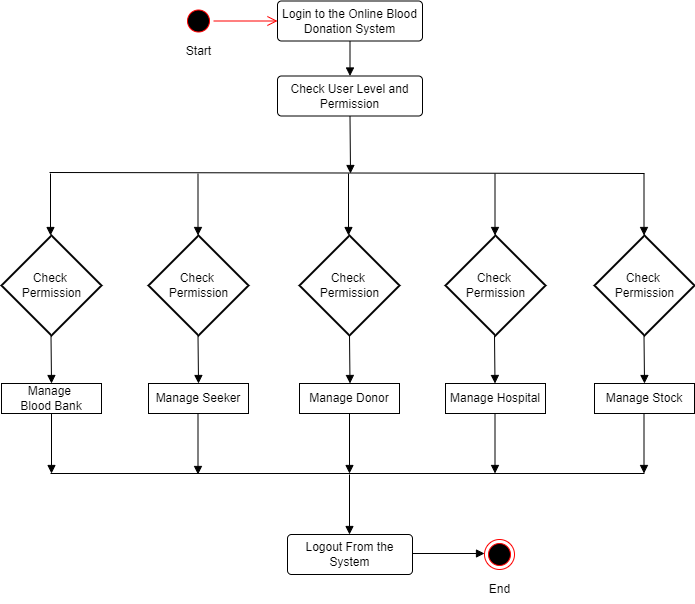
The draw.io diagram Activity.drawio.png in brijeshlimbani11/brijeshlimbani11.github.io, before a commit. Source tidied: cells renumbered, new cells last; positions are measured from the earlier drawing's top-left corner, leaving out a move shared by most shapes. Its diagram source:
```xml
<mxGraphModel>
  <root>
    <mxCell id="0" />
    <mxCell id="1" parent="0" />
    <mxCell id="2" style="strokeWidth=2;html=1;shape=mxgraph.flowchart.decision;whiteSpace=wrap;" parent="1" vertex="1">
      <mxGeometry x="298" y="234" width="100" height="100" as="geometry" />
    </mxCell>
    <mxCell id="3" style="strokeWidth=2;html=1;shape=mxgraph.flowchart.decision;whiteSpace=wrap;" parent="1" vertex="1">
      <mxGeometry x="147" y="234" width="100" height="100" as="geometry" />
    </mxCell>
    <mxCell id="4" style="strokeWidth=2;html=1;shape=mxgraph.flowchart.decision;whiteSpace=wrap;" parent="1" vertex="1">
      <mxGeometry y="234" width="100" height="100" as="geometry" />
    </mxCell>
    <mxCell id="5" style="strokeWidth=2;html=1;shape=mxgraph.flowchart.decision;whiteSpace=wrap;" parent="1" vertex="1">
      <mxGeometry x="444" y="234" width="100" height="100" as="geometry" />
    </mxCell>
    <mxCell id="6" style="ellipse;html=1;shape=startState;fillColor=#000000;strokeColor=#ff0000;" parent="1" vertex="1">
      <mxGeometry x="182" y="4.5" width="30" height="30" as="geometry" />
    </mxCell>
    <mxCell id="7" style="edgeStyle=orthogonalEdgeStyle;html=1;verticalAlign=bottom;endArrow=open;endSize=8;strokeColor=#ff0000;rounded=0;entryX=0;entryY=0.5;entryDx=0;entryDy=0;" parent="1" edge="1" source="6" target="8">
      <mxGeometry relative="1" as="geometry" />
    </mxCell>
    <mxCell id="8" value="Login to the Online Blood Donation System&lt;div style=&quot;display:none&quot; id=&quot;SDCloudData&quot;&gt;&lt;/div&gt;" style="rounded=1;arcSize=10;whiteSpace=wrap;html=1;align=center;" parent="1" vertex="1">
      <mxGeometry x="276" y="-0.5" width="145" height="40" as="geometry" />
    </mxCell>
    <mxCell id="9" style="strokeWidth=2;html=1;shape=mxgraph.flowchart.decision;whiteSpace=wrap;" parent="1" vertex="1">
      <mxGeometry x="593" y="234" width="100" height="100" as="geometry" />
    </mxCell>
    <mxCell id="10" value="Check User Level and&lt;br/&gt;Permission&lt;div style=&quot;display:none&quot; id=&quot;SDCloudData&quot;&gt;&lt;/div&gt;" style="rounded=1;arcSize=10;whiteSpace=wrap;html=1;align=center;" parent="1" vertex="1">
      <mxGeometry x="276" y="74.5" width="145" height="40" as="geometry" />
    </mxCell>
    <mxCell id="11" style="endArrow=none;html=1;rounded=0;" parent="1" edge="1">
      <mxGeometry relative="1" as="geometry">
        <mxPoint x="48" y="171" as="sourcePoint" />
        <mxPoint x="643" y="172" as="targetPoint" />
      </mxGeometry>
    </mxCell>
    <mxCell id="12" style="html=1;verticalAlign=bottom;endArrow=block;curved=0;rounded=0;entryX=0.5;entryY=0;entryDx=0;entryDy=0;entryPerimeter=0;" parent="1" edge="1">
      <mxGeometry relative="1" as="geometry">
        <mxPoint x="49" y="172" as="sourcePoint" />
        <mxPoint x="49" y="234" as="targetPoint" />
      </mxGeometry>
    </mxCell>
    <mxCell id="13" style="html=1;verticalAlign=bottom;endArrow=block;curved=0;rounded=0;exitX=0.5;exitY=1;exitDx=0;exitDy=0;entryX=0.5;entryY=0;entryDx=0;entryDy=0;" parent="1" edge="1" source="8" target="10">
      <mxGeometry x="1" y="61" relative="1" as="geometry">
        <mxPoint x="10" y="1" as="offset" />
      </mxGeometry>
    </mxCell>
    <mxCell id="14" style="html=1;verticalAlign=bottom;endArrow=block;curved=0;rounded=0;exitX=0.5;exitY=1;exitDx=0;exitDy=0;" parent="1" edge="1" source="10">
      <mxGeometry relative="1" as="geometry">
        <mxPoint x="349" y="172" as="targetPoint" />
      </mxGeometry>
    </mxCell>
    <mxCell id="15" value="Start" style="text;html=1;align=center;verticalAlign=middle;strokeColor=none;fillColor=none;" parent="1" vertex="1">
      <mxGeometry x="172" y="34.5" width="50" height="30" as="geometry" />
    </mxCell>
    <mxCell id="16" value="Check&amp;nbsp;&lt;div&gt;Permission&lt;/div&gt;" style="text;html=1;align=center;verticalAlign=middle;strokeColor=none;fillColor=none;" parent="1" vertex="1">
      <mxGeometry x="308" y="264" width="80" height="40" as="geometry" />
    </mxCell>
    <mxCell id="17" value="Check&amp;nbsp;&lt;div&gt;Permission&lt;/div&gt;" style="text;html=1;align=center;verticalAlign=middle;strokeColor=none;fillColor=none;" parent="1" vertex="1">
      <mxGeometry x="157" y="264" width="80" height="40" as="geometry" />
    </mxCell>
    <mxCell id="18" value="Check&amp;nbsp;&lt;div&gt;Permission&lt;/div&gt;" style="text;html=1;align=center;verticalAlign=middle;strokeColor=none;fillColor=none;" parent="1" vertex="1">
      <mxGeometry x="10" y="264" width="80" height="40" as="geometry" />
    </mxCell>
    <mxCell id="19" value="Check&amp;nbsp;&lt;div&gt;Permission&lt;/div&gt;" style="text;html=1;align=center;verticalAlign=middle;strokeColor=none;fillColor=none;" parent="1" vertex="1">
      <mxGeometry x="454" y="264" width="80" height="40" as="geometry" />
    </mxCell>
    <mxCell id="20" value="Check&amp;nbsp;&lt;div&gt;Permission&lt;/div&gt;" style="text;html=1;align=center;verticalAlign=middle;strokeColor=none;fillColor=none;" parent="1" vertex="1">
      <mxGeometry x="603" y="264" width="80" height="40" as="geometry" />
    </mxCell>
    <mxCell id="21" style="html=1;verticalAlign=bottom;endArrow=block;curved=0;rounded=0;entryX=0.5;entryY=0;entryDx=0;entryDy=0;entryPerimeter=0;" parent="1" edge="1">
      <mxGeometry relative="1" as="geometry">
        <mxPoint x="196.5" y="172" as="sourcePoint" />
        <mxPoint x="196.5" y="234" as="targetPoint" />
      </mxGeometry>
    </mxCell>
    <mxCell id="22" style="html=1;verticalAlign=bottom;endArrow=block;curved=0;rounded=0;entryX=0.5;entryY=0;entryDx=0;entryDy=0;entryPerimeter=0;" parent="1" edge="1">
      <mxGeometry relative="1" as="geometry">
        <mxPoint x="347" y="172" as="sourcePoint" />
        <mxPoint x="347" y="234" as="targetPoint" />
      </mxGeometry>
    </mxCell>
    <mxCell id="23" style="html=1;verticalAlign=bottom;endArrow=block;curved=0;rounded=0;entryX=0.5;entryY=0;entryDx=0;entryDy=0;entryPerimeter=0;" parent="1" edge="1">
      <mxGeometry relative="1" as="geometry">
        <mxPoint x="493.5" y="172" as="sourcePoint" />
        <mxPoint x="493.5" y="234" as="targetPoint" />
      </mxGeometry>
    </mxCell>
    <mxCell id="24" style="html=1;verticalAlign=bottom;endArrow=block;curved=0;rounded=0;entryX=0.5;entryY=0;entryDx=0;entryDy=0;entryPerimeter=0;" parent="1" edge="1">
      <mxGeometry relative="1" as="geometry">
        <mxPoint x="642.5" y="172" as="sourcePoint" />
        <mxPoint x="642.5" y="234" as="targetPoint" />
      </mxGeometry>
    </mxCell>
    <mxCell id="25" style="html=1;verticalAlign=bottom;endArrow=block;curved=0;rounded=0;" parent="1" edge="1">
      <mxGeometry relative="1" as="geometry">
        <mxPoint x="49.5" y="334" as="sourcePoint" />
        <mxPoint x="50" y="382" as="targetPoint" />
      </mxGeometry>
    </mxCell>
    <mxCell id="26" style="html=1;verticalAlign=bottom;endArrow=block;curved=0;rounded=0;" parent="1" edge="1">
      <mxGeometry relative="1" as="geometry">
        <mxPoint x="196.5" y="334" as="sourcePoint" />
        <mxPoint x="197" y="382" as="targetPoint" />
      </mxGeometry>
    </mxCell>
    <mxCell id="27" style="html=1;verticalAlign=bottom;endArrow=block;curved=0;rounded=0;" parent="1" edge="1">
      <mxGeometry relative="1" as="geometry">
        <mxPoint x="348" y="334" as="sourcePoint" />
        <mxPoint x="348.5" y="382" as="targetPoint" />
      </mxGeometry>
    </mxCell>
    <mxCell id="28" style="html=1;verticalAlign=bottom;endArrow=block;curved=0;rounded=0;" parent="1" edge="1">
      <mxGeometry relative="1" as="geometry">
        <mxPoint x="493" y="334" as="sourcePoint" />
        <mxPoint x="493.5" y="382" as="targetPoint" />
      </mxGeometry>
    </mxCell>
    <mxCell id="29" style="html=1;verticalAlign=bottom;endArrow=block;curved=0;rounded=0;" parent="1" edge="1">
      <mxGeometry relative="1" as="geometry">
        <mxPoint x="642.5" y="334" as="sourcePoint" />
        <mxPoint x="643" y="382" as="targetPoint" />
      </mxGeometry>
    </mxCell>
    <mxCell id="30" value="Manage&amp;nbsp;&lt;div&gt;Blood Bank&lt;/div&gt;" style="whiteSpace=wrap;html=1;align=center;" parent="1" vertex="1">
      <mxGeometry y="382" width="100" height="30" as="geometry" />
    </mxCell>
    <mxCell id="31" style="edgeStyle=orthogonalEdgeStyle;rounded=0;orthogonalLoop=1;jettySize=auto;html=1;exitX=0.5;exitY=1;exitDx=0;exitDy=0;" parent="1" edge="1" source="30" target="30">
      <mxGeometry relative="1" as="geometry" />
    </mxCell>
    <mxCell id="32" value="Manage Seeker" style="whiteSpace=wrap;html=1;align=center;" parent="1" vertex="1">
      <mxGeometry x="147" y="382" width="100" height="30" as="geometry" />
    </mxCell>
    <mxCell id="33" value="Manage Hospital" style="whiteSpace=wrap;html=1;align=center;" parent="1" vertex="1">
      <mxGeometry x="444" y="382" width="100" height="30" as="geometry" />
    </mxCell>
    <mxCell id="34" value="Manage Donor" style="whiteSpace=wrap;html=1;align=center;" parent="1" vertex="1">
      <mxGeometry x="298" y="382" width="100" height="30" as="geometry" />
    </mxCell>
    <mxCell id="35" value="Manage Stock" style="whiteSpace=wrap;html=1;align=center;" parent="1" vertex="1">
      <mxGeometry x="593" y="382" width="100" height="30" as="geometry" />
    </mxCell>
    <mxCell id="36" style="line;strokeWidth=1;dashed=0;labelPosition=right;align=left;verticalAlign=middle;spacingTop=0;spacingLeft=6;" parent="1" vertex="1">
      <mxGeometry x="49" y="467" width="594" height="10" as="geometry" />
    </mxCell>
    <mxCell id="37" style="html=1;verticalAlign=bottom;endArrow=block;curved=0;rounded=0;exitX=0.5;exitY=1;exitDx=0;exitDy=0;" parent="1" edge="1" source="30">
      <mxGeometry relative="1" as="geometry">
        <mxPoint x="50" y="472" as="targetPoint" />
      </mxGeometry>
    </mxCell>
    <mxCell id="38" style="html=1;verticalAlign=bottom;endArrow=block;curved=0;rounded=0;exitX=0.5;exitY=1;exitDx=0;exitDy=0;" parent="1" edge="1">
      <mxGeometry relative="1" as="geometry">
        <mxPoint x="196.5" y="413" as="sourcePoint" />
        <mxPoint x="196.5" y="473" as="targetPoint" />
      </mxGeometry>
    </mxCell>
    <mxCell id="39" style="html=1;verticalAlign=bottom;endArrow=block;curved=0;rounded=0;exitX=0.5;exitY=1;exitDx=0;exitDy=0;" parent="1" edge="1">
      <mxGeometry relative="1" as="geometry">
        <mxPoint x="348" y="412" as="sourcePoint" />
        <mxPoint x="348" y="472" as="targetPoint" />
      </mxGeometry>
    </mxCell>
    <mxCell id="40" style="html=1;verticalAlign=bottom;endArrow=block;curved=0;rounded=0;exitX=0.5;exitY=1;exitDx=0;exitDy=0;" parent="1" edge="1">
      <mxGeometry relative="1" as="geometry">
        <mxPoint x="493.5" y="412" as="sourcePoint" />
        <mxPoint x="493.5" y="472" as="targetPoint" />
      </mxGeometry>
    </mxCell>
    <mxCell id="41" style="html=1;verticalAlign=bottom;endArrow=block;curved=0;rounded=0;exitX=0.5;exitY=1;exitDx=0;exitDy=0;" parent="1" edge="1">
      <mxGeometry relative="1" as="geometry">
        <mxPoint x="642.5" y="412" as="sourcePoint" />
        <mxPoint x="642.5" y="472" as="targetPoint" />
      </mxGeometry>
    </mxCell>
    <mxCell id="42" value="Logout From the&lt;div&gt;System&lt;/div&gt;" style="rounded=1;arcSize=10;whiteSpace=wrap;html=1;align=center;" parent="1" vertex="1">
      <mxGeometry x="286" y="533" width="125" height="40" as="geometry" />
    </mxCell>
    <mxCell id="43" style="html=1;verticalAlign=bottom;endArrow=block;curved=0;rounded=0;exitX=0.5;exitY=1;exitDx=0;exitDy=0;" parent="1" edge="1">
      <mxGeometry relative="1" as="geometry">
        <mxPoint x="348" y="473" as="sourcePoint" />
        <mxPoint x="348" y="533" as="targetPoint" />
      </mxGeometry>
    </mxCell>
    <mxCell id="44" style="ellipse;html=1;shape=endState;fillColor=#000000;strokeColor=#ff0000;" parent="1" vertex="1">
      <mxGeometry x="483" y="538" width="30" height="30" as="geometry" />
    </mxCell>
    <mxCell id="45" style="html=1;verticalAlign=bottom;endArrow=block;curved=0;rounded=0;" parent="1" edge="1">
      <mxGeometry relative="1" as="geometry">
        <mxPoint x="411" y="552" as="sourcePoint" />
        <mxPoint x="483" y="552" as="targetPoint" />
      </mxGeometry>
    </mxCell>
    <mxCell id="46" value="End" style="text;html=1;align=center;verticalAlign=middle;strokeColor=none;fillColor=none;" parent="1" vertex="1">
      <mxGeometry x="478" y="573" width="40" height="30" as="geometry" />
    </mxCell>
  </root>
</mxGraphModel>
```
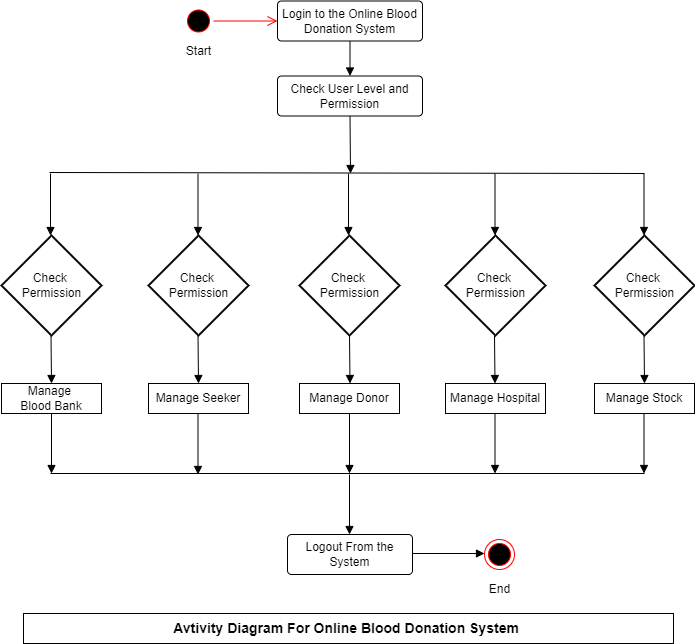
After the commit.

The edit, as a diff of the source:
```diff
@@ -194,5 +194,8 @@
     <mxCell id="46" value="End" style="text;html=1;align=center;verticalAlign=middle;strokeColor=none;fillColor=none;" parent="1" vertex="1">
       <mxGeometry x="478" y="573" width="40" height="30" as="geometry" />
     </mxCell>
+    <mxCell id="47" value="&lt;b&gt;&lt;font style=&quot;font-size: 14px;&quot;&gt;Avtivity Diagram For Online Blood Donation System&amp;nbsp;&lt;/font&gt;&lt;/b&gt;&lt;div style=&quot;display:none&quot; id=&quot;SDCloudData&quot;&gt;&lt;/div&gt;" style="whiteSpace=wrap;html=1;align=center;" parent="1" vertex="1">
+      <mxGeometry x="22" y="612" width="650" height="30" as="geometry" />
+    </mxCell>
   </root>
 </mxGraphModel>
```
